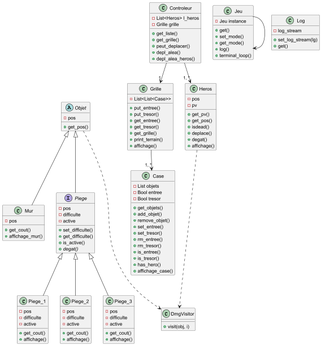
The PlantUML diagram codingweek.png in daniapc/dungeon-master, before a commit. Source of this version:
```plantuml
@startuml

abstract class Objet{
- pos
+ get_pos()
}

class Mur{
- pos
+ get_cout()
+affichage_mur()
}

interface Piege{
- pos
- difficulte
- active
+ set_difficulte()
+ get_difficulte()
+ is_active()
+ {abstract} degat()
}

class Piege_1{
- pos
- difficulte
- active
+ get_cout()
+affichage()
}

class Piege_2{
- pos
- difficulte
- active
+ get_cout()
+affichage()
}

class Piege_3{
- pos
- difficulte
- active
+ get_cout()
+affichage()
}

class Case{
- List objets
- Bool entree
- Bool tresor
+ get_objets()
+ add_objet()
+ remove_objet()
+ set_entree()
+ set_tresor()
+ rm_entree()
+ rm_tresor()
+ is_entree()
+ is_tresor()
+ has_hero()
+ affichage_case()
}

Class Controleur{
- List<Heros> l_heros
- Grille grille
+get_liste()
+get_grille()
+peut_deplacer()
+depl_alea()
+depl_alea_heros()
}

Class DmgVisitor{
+ visit(obj, i)
}

Class Grille{
- List<List<Case>>
+ put_entree()
+ put_tresor()
+ get_entree()
+ get_tresor()
+ get_grille()
+ print_terrain()
+ affichage()
}

Class Heros{
- pos
- pv
+ get_pv()
+ get_pos()
+ isdead()
+ deplace()
+ degat()
+ affichage()
}

Class Jeu{
- Jeu instance
+ get()
+set_mode()
+ get_mode()
+ log()
+ terminal_loop()
}

Class Log{
- log_stream
+ set_log_stream(lg)
+ get()
}

Objet <|-- Mur
Objet <|-- Piege
Piege <|-- Piege_1
Piege <|-- Piege_2
Piege <|-- Piege_3

Controleur --> "1, *" Heros
Controleur --> "1" Grille

Objet -.-> DmgVisitor
Heros -.-> DmgVisitor

Grille --> "1, *" Case

Jeu --> Jeu


@enduml
```
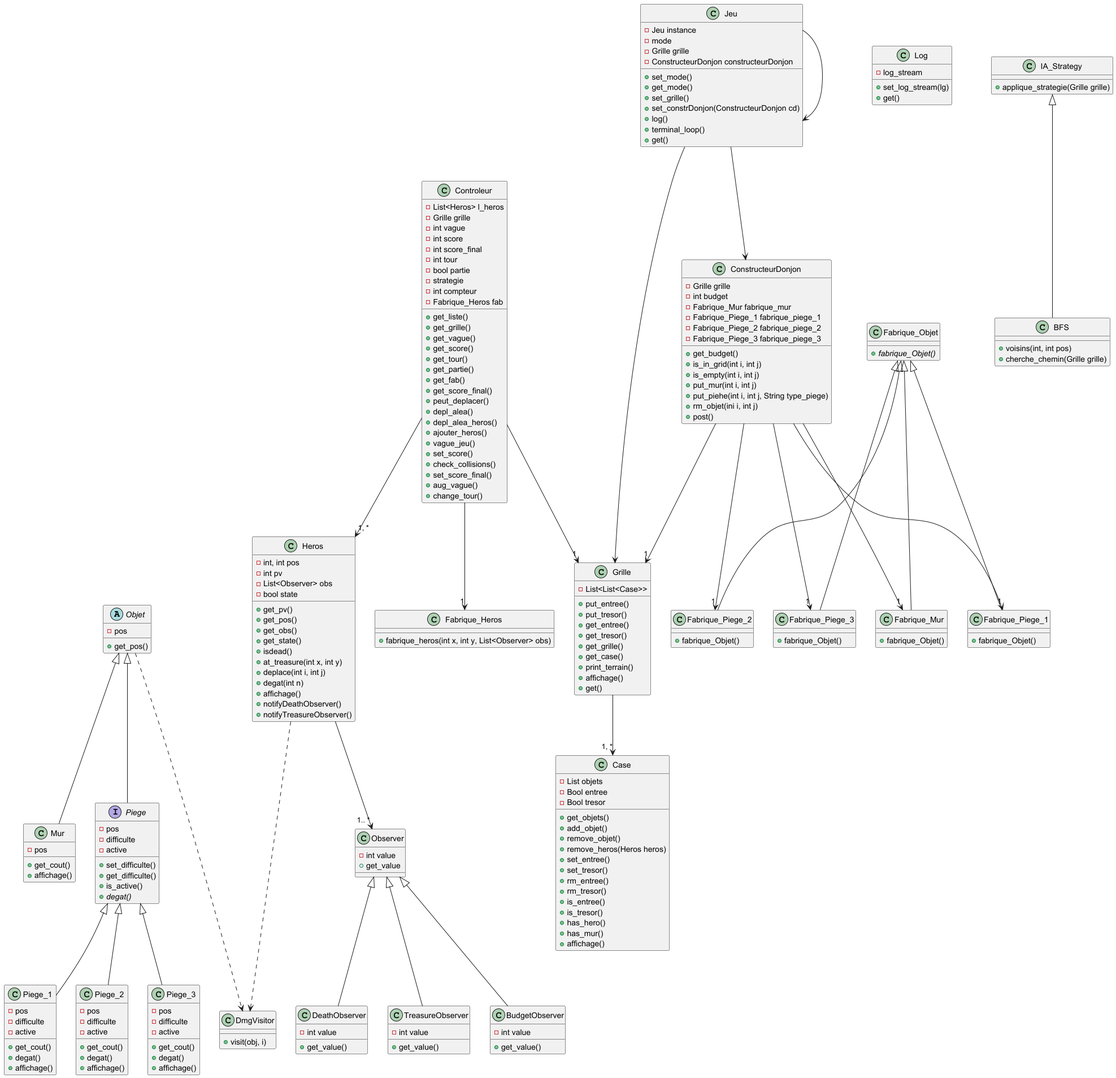
After the commit.

Diff of the diagram source:
```diff
@@ -8,7 +8,7 @@
 class Mur{
 - pos
 + get_cout()
-+affichage_mur()
++affichage()
 }
 
 interface Piege{
@@ -26,6 +26,7 @@
 - difficulte
 - active
 + get_cout()
++ degat()
 +affichage()
 }
 
@@ -34,6 +35,7 @@
 - difficulte
 - active
 + get_cout()
++ degat()
 +affichage()
 }
 
@@ -42,6 +44,7 @@
 - difficulte
 - active
 + get_cout()
++ degat()
 +affichage()
 }
 
@@ -52,6 +55,7 @@
 + get_objets()
 + add_objet()
 + remove_objet()
++ remove_heros(Heros heros)
 + set_entree()
 + set_tresor()
 + rm_entree()
@@ -59,17 +63,39 @@
 + is_entree()
 + is_tresor()
 + has_hero()
-+ affichage_case()
++ has_mur()
++ affichage()
 }
 
 Class Controleur{
 - List<Heros> l_heros
 - Grille grille
+- int vague
+- int score
+- int score_final
+- int tour
+- bool partie
+- strategie
+- int compteur
+- Fabrique_Heros fab
 +get_liste()
 +get_grille()
++ get_vague()
++ get_score()
++ get_tour()
++ get_partie()
++ get_fab()
++get_score_final()
 +peut_deplacer()
 +depl_alea()
 +depl_alea_heros()
++ ajouter_heros()
++ vague_jeu()
++ set_score()
++ check_collisions()
++ set_score_final()
++ aug_vague()
++ change_tour()
 }
 
 Class DmgVisitor{
@@ -83,28 +109,42 @@
 + get_entree()
 + get_tresor()
 + get_grille()
++ get_case()
 + print_terrain()
 + affichage()
++ get()
 }
 
 Class Heros{
-- pos
-- pv
+- int, int pos
+- int pv
+- List<Observer> obs
+- bool state
 + get_pv()
 + get_pos()
++ get_obs()
++ get_state()
 + isdead()
-+ deplace()
-+ degat()
++at_treasure(int x, int y)
++ deplace(int i, int j)
++ degat(int n)
 + affichage()
++ notifyDeathObserver()
++ notifyTreasureObserver()
 }
 
 Class Jeu{
 - Jeu instance
-+ get()
-+set_mode()
+- mode
+- Grille grille
+- ConstructeurDonjon constructeurDonjon
++ set_mode()
 + get_mode()
++ set_grille()
++ set_constrDonjon(ConstructeurDonjon cd)
 + log()
 + terminal_loop()
++ get()
 }
 
 Class Log{
@@ -112,6 +152,76 @@
 + set_log_stream(lg)
 + get()
 }
+
+Class ConstructeurDonjon{
+- Grille grille
+- int budget
+- Fabrique_Mur fabrique_mur
+- Fabrique_Piege_1 fabrique_piege_1
+- Fabrique_Piege_2 fabrique_piege_2
+- Fabrique_Piege_3 fabrique_piege_3
++ get_budget()
++ is_in_grid(int i, int j)
++ is_empty(int i, int j)
++ put_mur(int i, int j)
++put_piehe(int i, int j, String type_piege)
++ rm_objet(ini i, int j)
++ post()
+}
+
+Class Fabrique_Heros{
++ fabrique_heros(int x, int y, List<Observer> obs)
+}
+
+Class Fabrique_Objet{
++ {abstract} fabrique_Objet()
+}
+
+Class Fabrique_Mur{
++ fabrique_Objet()
+}
+
+Class Fabrique_Piege_1{
++ fabrique_Objet()
+}
+
+Class Fabrique_Piege_2{
++ fabrique_Objet()
+}
+
+Class Fabrique_Piege_3{
++ fabrique_Objet()
+}
+
+Class IA_Strategy{
++ applique_strategie(Grille grille)
+}
+
+Class BFS{
++ voisins(int, int pos)
++ cherche_chemin(Grille grille)
+}
+
+Class Observer{
+- int value
++ get_value
+}
+
+Class DeathObserver{
+- int value
++ get_value()
+}
+
+Class TreasureObserver{
+- int value
++ get_value()
+}
+
+Class BudgetObserver{
+- int value
++ get_value()
+}
+
 
 Objet <|-- Mur
 Objet <|-- Piege
@@ -121,13 +231,34 @@
 
 Controleur --> "1, *" Heros
 Controleur --> "1" Grille
+Controleur --> "1" Fabrique_Heros
 
 Objet -.-> DmgVisitor
 Heros -.-> DmgVisitor
+Heros --> "1.. *" Observer
 
 Grille --> "1, *" Case
 
 Jeu --> Jeu
 
+ConstructeurDonjon --> "1" Grille
+ConstructeurDonjon --> "1" Fabrique_Mur
+ConstructeurDonjon --> "1" Fabrique_Piege_1
+ConstructeurDonjon --> "1" Fabrique_Piege_2
+ConstructeurDonjon --> "1" Fabrique_Piege_3
 
+Fabrique_Objet <|-- Fabrique_Mur
+Fabrique_Objet <|-- Fabrique_Piege_1
+Fabrique_Objet <|-- Fabrique_Piege_2
+Fabrique_Objet <|-- Fabrique_Piege_3
+
+IA_Strategy <|-- BFS
+
+Jeu --> Grille
+Jeu --> ConstructeurDonjon
+
+
+Observer <|-- DeathObserver
+Observer <|-- TreasureObserver
+Observer <|-- BudgetObserver
 @enduml
```
